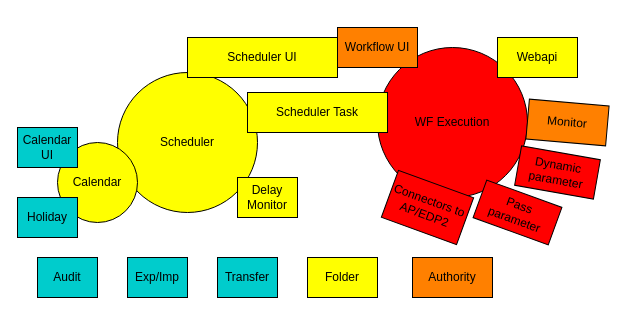
Earlier version of the draw.io diagram bwf/BWF Functions.drawio (wzdxt/uml). Source tidied: cells renumbered, new cells numbered last; positions are measured from the earlier drawing's top-left corner, leaving out a move shared by most shapes. Both pictures are drawn from the tidied source at 100%, with x=0, y=0 at pixel (17, 27).
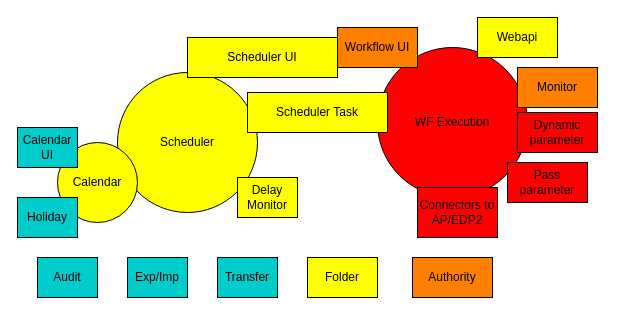
The same page after the edit.

Diff of the diagram source:
```diff
@@
-    <mxCell id="3" value="Connectors to AP/EDP2" style="rounded=0;whiteSpace=wrap;html=1;fontFamily=Helvetica;fontSize=12;fontColor=#000000;align=center;strokeColor=#000000;fillColor=#FF0000;rotation=20;" parent="1" vertex="1">
-      <mxGeometry x="370" y="155" width="80" height="50" as="geometry" />
+    <mxCell id="3" value="Connectors to AP/EDP2" style="rounded=0;whiteSpace=wrap;html=1;fontFamily=Helvetica;fontSize=12;fontColor=#000000;align=center;strokeColor=#000000;fillColor=#FF0000;rotation=0;" parent="1" vertex="1">
+      <mxGeometry x="400" y="160" width="80" height="50" as="geometry" />
     </mxCell>
-    <mxCell id="4" value="Pass parameter" style="rounded=0;whiteSpace=wrap;html=1;fontFamily=Helvetica;fontSize=12;fontColor=#000000;align=center;strokeColor=#000000;fillColor=#FF0000;rotation=20;" parent="1" vertex="1">
-      <mxGeometry x="460" y="165" width="80" height="40" as="geometry" />
+    <mxCell id="4" value="Pass parameter" style="rounded=0;whiteSpace=wrap;html=1;fontFamily=Helvetica;fontSize=12;fontColor=#000000;align=center;strokeColor=#000000;fillColor=#FF0000;rotation=0;" parent="1" vertex="1">
+      <mxGeometry x="490" y="135" width="80" height="40" as="geometry" />
     </mxCell>
@@
     <mxCell id="7" value="Webapi" style="rounded=0;whiteSpace=wrap;html=1;fontFamily=Helvetica;fontSize=12;fontColor=#000000;align=center;strokeColor=#000000;fillColor=#FFFF00;" parent="1" vertex="1">
-      <mxGeometry x="480" y="10" width="80" height="40" as="geometry" />
+      <mxGeometry x="460" y="-10" width="80" height="40" as="geometry" />
     </mxCell>
@@
-    <mxCell id="14" value="Monitor" style="rounded=0;whiteSpace=wrap;html=1;fontFamily=Helvetica;fontSize=12;fontColor=#000000;align=center;strokeColor=#000000;fillColor=#FF8000;rotation=5;" parent="1" vertex="1">
-      <mxGeometry x="510" y="75" width="80" height="40" as="geometry" />
+    <mxCell id="14" value="Monitor" style="rounded=0;whiteSpace=wrap;html=1;fontFamily=Helvetica;fontSize=12;fontColor=#000000;align=center;strokeColor=#000000;fillColor=#FF8000;rotation=0;" parent="1" vertex="1">
+      <mxGeometry x="500" y="40" width="80" height="40" as="geometry" />
     </mxCell>
@@
-    <mxCell id="20" value="Dynamic parameter" style="rounded=0;whiteSpace=wrap;html=1;fontFamily=Helvetica;fontSize=12;fontColor=#000000;align=center;strokeColor=#000000;fillColor=#FF0000;rotation=10;" parent="1" vertex="1">
-      <mxGeometry x="500" y="125" width="80" height="40" as="geometry" />
+    <mxCell id="20" value="Dynamic parameter" style="rounded=0;whiteSpace=wrap;html=1;fontFamily=Helvetica;fontSize=12;fontColor=#000000;align=center;strokeColor=#000000;fillColor=#FF0000;rotation=0;" parent="1" vertex="1">
+      <mxGeometry x="500" y="85" width="80" height="40" as="geometry" />
     </mxCell>
```
